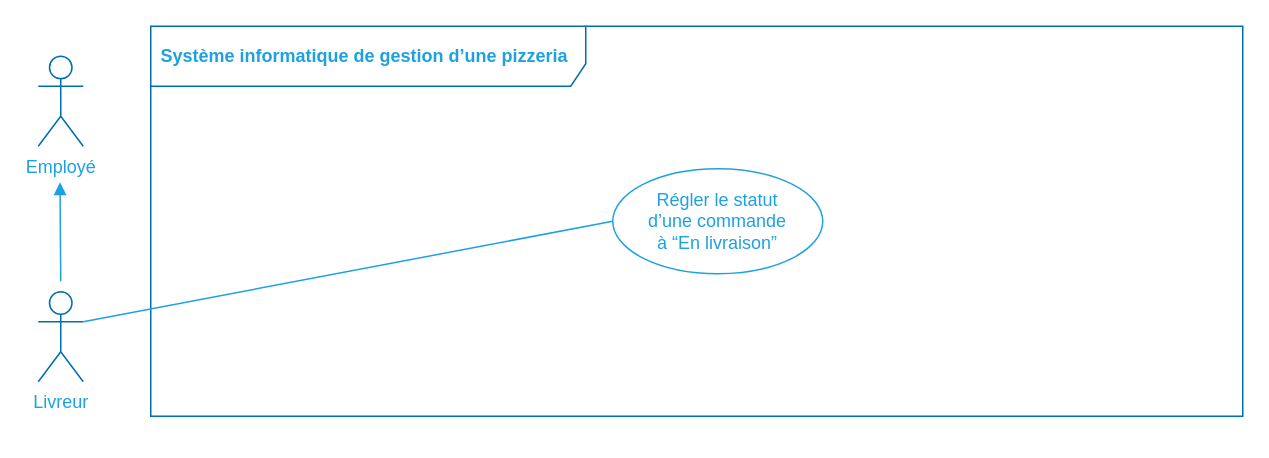
Earlier version of the draw.io diagram img/figure_use-case-diagram-delivery-man.dio (centvingt/OCPizzaRedaction). Source tidied: cells renumbered, new cells numbered last; positions are measured from the earlier drawing's top-left corner, leaving out a move shared by most shapes. Both pictures are drawn from the tidied source at 150%, with x=0, y=0 at pixel (38, 26).
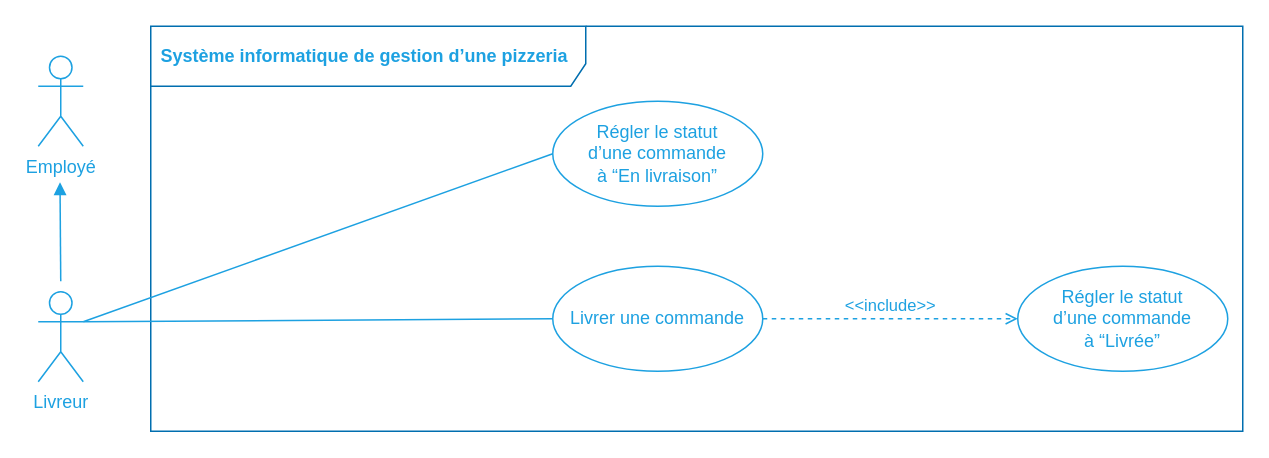
The same diagram, later.

What changed in the source:
```diff
@@
 <mxGraphModel>
   <root>
     <mxCell id="0" />
     <mxCell id="1" parent="0" />
-    <mxCell id="2" value="&lt;font color=&quot;#1da1e1&quot;&gt;Livreur&lt;br&gt;&lt;/font&gt;" style="shape=umlActor;verticalLabelPosition=bottom;verticalAlign=top;html=1;strokeColor=#006EAF;fontColor=#ffffff;fillColor=none;" parent="1" vertex="1">
+    <mxCell id="2" value="&lt;font color=&quot;#1da1e1&quot;&gt;Livreur&lt;br&gt;&lt;/font&gt;" style="shape=umlActor;verticalLabelPosition=bottom;verticalAlign=top;html=1;fontColor=#ffffff;fillColor=none;strokeColor=#1DA1E1;" parent="1" vertex="1">
       <mxGeometry y="177" width="30" height="60" as="geometry" />
     </mxCell>
     <mxCell id="3" value="&lt;font color=&quot;#1da1e1&quot;&gt;Système informatique de gestion d’une pizzeria&lt;/font&gt;" style="shape=umlFrame;whiteSpace=wrap;html=1;width=290;height=40;boundedLbl=1;verticalAlign=middle;align=left;spacingLeft=5;strokeColor=#006EAF;fontColor=#ffffff;fillColor=none;fontStyle=1;" parent="1" vertex="1">
-      <mxGeometry x="75" width="728" height="260" as="geometry" />
+      <mxGeometry x="75" width="728" height="270" as="geometry" />
     </mxCell>
     <mxCell id="4" style="edgeStyle=none;rounded=0;jettySize=auto;html=1;exitX=0;exitY=0.5;exitDx=0;exitDy=0;endArrow=none;endFill=0;strokeColor=#1DA1E1;entryX=1;entryY=0.3333333333333333;entryDx=0;entryDy=0;entryPerimeter=0;" parent="1" edge="1" source="5" target="2">
       <mxGeometry relative="1" as="geometry" />
     </mxCell>
     <mxCell id="5" value="&lt;font color=&quot;#1da1e1&quot;&gt;Régler le statut &lt;br&gt;d’une commande &lt;br&gt;à “En livraison”&lt;/font&gt;" style="ellipse;whiteSpace=wrap;html=1;fillColor=none;strokeColor=#1DA1E1;" parent="1" vertex="1">
-      <mxGeometry x="383" y="95" width="140" height="70" as="geometry" />
+      <mxGeometry x="343" y="50" width="140" height="70" as="geometry" />
     </mxCell>
-    <mxCell id="6" value="&lt;font color=&quot;#1da1e1&quot;&gt;Employé&lt;br&gt;&lt;/font&gt;" style="shape=umlActor;verticalLabelPosition=bottom;verticalAlign=top;html=1;strokeColor=#006EAF;fontColor=#ffffff;fillColor=none;" parent="1" vertex="1">
+    <mxCell id="6" value="&lt;font color=&quot;#1da1e1&quot;&gt;Employé&lt;br&gt;&lt;/font&gt;" style="shape=umlActor;verticalLabelPosition=bottom;verticalAlign=top;html=1;fontColor=#ffffff;fillColor=none;strokeColor=#1DA1E1;" parent="1" vertex="1">
       <mxGeometry y="20" width="30" height="60" as="geometry" />
     </mxCell>
     <mxCell id="7" style="edgeStyle=none;rounded=0;orthogonalLoop=1;jettySize=auto;html=1;endArrow=none;endFill=0;strokeColor=#1DA1E1;startArrow=block;startFill=1;" parent="1" edge="1">
       <mxGeometry relative="1" as="geometry">
         <mxPoint x="14.5" y="104" as="sourcePoint" />
         <mxPoint x="15" y="170" as="targetPoint" />
       </mxGeometry>
     </mxCell>
+    <mxCell id="8" style="rounded=0;jettySize=auto;html=1;exitX=0;exitY=0.5;exitDx=0;exitDy=0;entryX=1;entryY=0.3333333333333333;entryDx=0;entryDy=0;entryPerimeter=0;endArrow=none;endFill=0;strokeColor=#1DA1E1;" parent="1" edge="1" source="9" target="2">
+      <mxGeometry relative="1" as="geometry" />
+    </mxCell>
+    <mxCell id="9" value="&lt;font color=&quot;#1da1e1&quot;&gt;Livrer une commande&lt;/font&gt;" style="ellipse;whiteSpace=wrap;html=1;fillColor=none;strokeColor=#1DA1E1;" parent="1" vertex="1">
+      <mxGeometry x="343" y="160" width="140" height="70" as="geometry" />
+    </mxCell>
+    <mxCell id="10" value="&lt;font color=&quot;#1da1e1&quot;&gt;Régler le statut &lt;br&gt;d’une commande &lt;br&gt;à “Livrée”&lt;/font&gt;" style="ellipse;whiteSpace=wrap;html=1;fillColor=none;strokeColor=#1DA1E1;" parent="1" vertex="1">
+      <mxGeometry x="653" y="160" width="140" height="70" as="geometry" />
+    </mxCell>
+    <mxCell id="11" value="&lt;font color=&quot;#1da1e1&quot;&gt;&amp;lt;&amp;lt;include&amp;gt;&amp;gt;&lt;/font&gt;" style="html=1;verticalAlign=bottom;labelBackgroundColor=none;endArrow=open;endFill=0;dashed=1;strokeColor=#1DA1E1;entryX=0;entryY=0.5;entryDx=0;entryDy=0;exitX=1;exitY=0.5;exitDx=0;exitDy=0;" parent="1" edge="1" source="9" target="10">
+      <mxGeometry relative="1" as="geometry" />
+    </mxCell>
   </root>
 </mxGraphModel>
```
